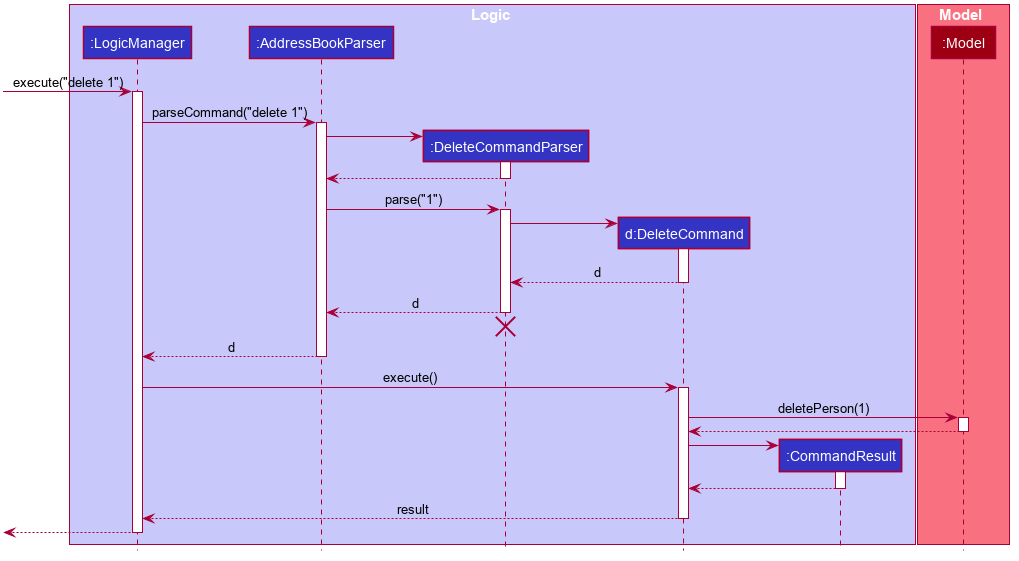
Before: docs/images/DeleteSequenceDiagram.png, a diagram exported from PlantUML (nus-cs2103-AY2021S2/tp). The source it was exported from:
```plantuml
@startuml








skinparam BackgroundColor #FFFFFFF

skinparam Shadowing false

skinparam Class {
    FontColor #FFFFFF
    BorderThickness 1
    BorderColor #FFFFFF
    StereotypeFontColor #FFFFFF
    FontName Arial
}

skinparam Actor {
    BorderColor #000000
    Color #000000
    FontName Arial
}

skinparam Sequence {
    MessageAlign center
    BoxFontSize 15
    BoxPadding 0
    BoxFontColor #FFFFFF
    FontName Arial
}

skinparam Participant {
    FontColor #FFFFFFF
    Padding 20
}

skinparam MinClassWidth 50
skinparam ParticipantPadding 10
skinparam Shadowing false
skinparam DefaultTextAlignment center
skinparam packageStyle Rectangle

hide footbox
hide members
hide circle

box Logic #C8C8FA
participant ":LogicManager" as LogicManager #3333C4
participant ":AddressBookParser" as AddressBookParser #3333C4
participant ":DeleteCommandParser" as DeleteCommandParser #3333C4
participant "d:DeleteCommand" as DeleteCommand #3333C4
participant ":CommandResult" as CommandResult #3333C4
end box

box Model #F97181
participant ":Model" as Model #9D0012
end box

[-> LogicManager : execute("delete 1")
activate LogicManager

LogicManager -> AddressBookParser : parseCommand("delete 1")
activate AddressBookParser

create DeleteCommandParser
AddressBookParser -> DeleteCommandParser
activate DeleteCommandParser

DeleteCommandParser --> AddressBookParser
deactivate DeleteCommandParser

AddressBookParser -> DeleteCommandParser : parse("1")
activate DeleteCommandParser

create DeleteCommand
DeleteCommandParser -> DeleteCommand
activate DeleteCommand

DeleteCommand --> DeleteCommandParser : d
deactivate DeleteCommand

DeleteCommandParser --> AddressBookParser : d
deactivate DeleteCommandParser
DeleteCommandParser -[hidden]-> AddressBookParser
destroy DeleteCommandParser

AddressBookParser --> LogicManager : d
deactivate AddressBookParser

LogicManager -> DeleteCommand : execute()
activate DeleteCommand

DeleteCommand -> Model : deletePerson(1)
activate Model

Model --> DeleteCommand
deactivate Model

create CommandResult
DeleteCommand -> CommandResult
activate CommandResult

CommandResult --> DeleteCommand
deactivate CommandResult

DeleteCommand --> LogicManager : result
deactivate DeleteCommand

[<--LogicManager
deactivate LogicManager
@enduml
```
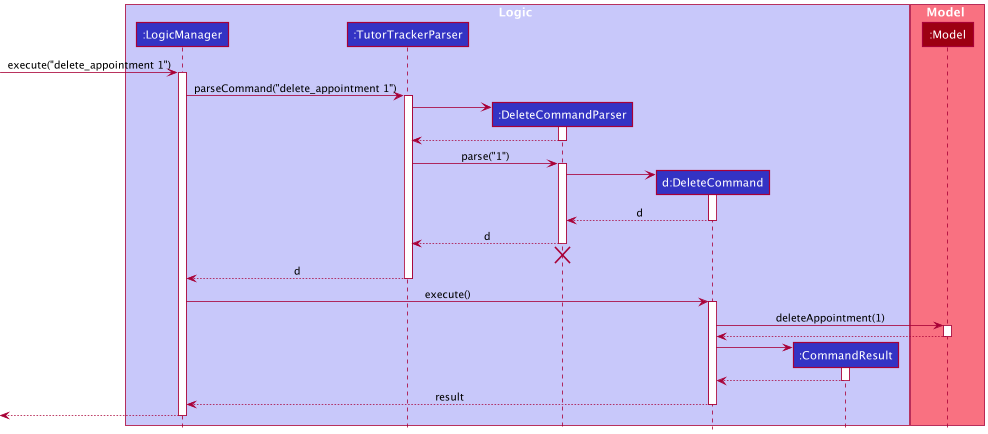
The same file after the commit.

Commit message:
Edit DG introduction, architecture and logic section

Diff of the diagram source:
```diff
@@ -1,79 +1,32 @@
 @startuml
+!include style.puml
 
-
-
-
-
-
-
-
-skinparam BackgroundColor #FFFFFFF
-
-skinparam Shadowing false
-
-skinparam Class {
-    FontColor #FFFFFF
-    BorderThickness 1
-    BorderColor #FFFFFF
-    StereotypeFontColor #FFFFFF
-    FontName Arial
-}
-
-skinparam Actor {
-    BorderColor #000000
-    Color #000000
-    FontName Arial
-}
-
-skinparam Sequence {
-    MessageAlign center
-    BoxFontSize 15
-    BoxPadding 0
-    BoxFontColor #FFFFFF
-    FontName Arial
-}
-
-skinparam Participant {
-    FontColor #FFFFFFF
-    Padding 20
-}
-
-skinparam MinClassWidth 50
-skinparam ParticipantPadding 10
-skinparam Shadowing false
-skinparam DefaultTextAlignment center
-skinparam packageStyle Rectangle
-
-hide footbox
-hide members
-hide circle
-
-box Logic #C8C8FA
-participant ":LogicManager" as LogicManager #3333C4
-participant ":AddressBookParser" as AddressBookParser #3333C4
-participant ":DeleteCommandParser" as DeleteCommandParser #3333C4
-participant "d:DeleteCommand" as DeleteCommand #3333C4
-participant ":CommandResult" as CommandResult #3333C4
+box Logic LOGIC_COLOR_T1
+participant ":LogicManager" as LogicManager LOGIC_COLOR
+participant ":TutorTrackerParser" as TutorTrackerParser LOGIC_COLOR
+participant ":DeleteCommandParser" as DeleteCommandParser LOGIC_COLOR
+participant "d:DeleteCommand" as DeleteCommand LOGIC_COLOR
+participant ":CommandResult" as CommandResult LOGIC_COLOR
 end box
 
-box Model #F97181
-participant ":Model" as Model #9D0012
+box Model MODEL_COLOR_T1
+participant ":Model" as Model MODEL_COLOR
 end box
 
-[-> LogicManager : execute("delete 1")
+[-> LogicManager : execute("delete_appointment 1")
 activate LogicManager
 
-LogicManager -> AddressBookParser : parseCommand("delete 1")
-activate AddressBookParser
+LogicManager -> TutorTrackerParser : parseCommand("delete_appointment 1")
+activate TutorTrackerParser
 
 create DeleteCommandParser
-AddressBookParser -> DeleteCommandParser
+TutorTrackerParser -> DeleteCommandParser
 activate DeleteCommandParser
 
-DeleteCommandParser --> AddressBookParser
+DeleteCommandParser --> TutorTrackerParser
 deactivate DeleteCommandParser
 
-AddressBookParser -> DeleteCommandParser : parse("1")
+TutorTrackerParser -> DeleteCommandParser : parse("1")
 activate DeleteCommandParser
 
 create DeleteCommand
@@ -83,18 +36,18 @@
 DeleteCommand --> DeleteCommandParser : d
 deactivate DeleteCommand
 
-DeleteCommandParser --> AddressBookParser : d
+DeleteCommandParser --> TutorTrackerParser : d
 deactivate DeleteCommandParser
-DeleteCommandParser -[hidden]-> AddressBookParser
+DeleteCommandParser -[hidden]-> TutorTrackerParser
 destroy DeleteCommandParser
 
-AddressBookParser --> LogicManager : d
-deactivate AddressBookParser
+TutorTrackerParser --> LogicManager : d
+deactivate TutorTrackerParser
 
 LogicManager -> DeleteCommand : execute()
 activate DeleteCommand
 
-DeleteCommand -> Model : deletePerson(1)
+DeleteCommand -> Model : deleteAppointment(1)
 activate Model
 
 Model --> DeleteCommand
```
